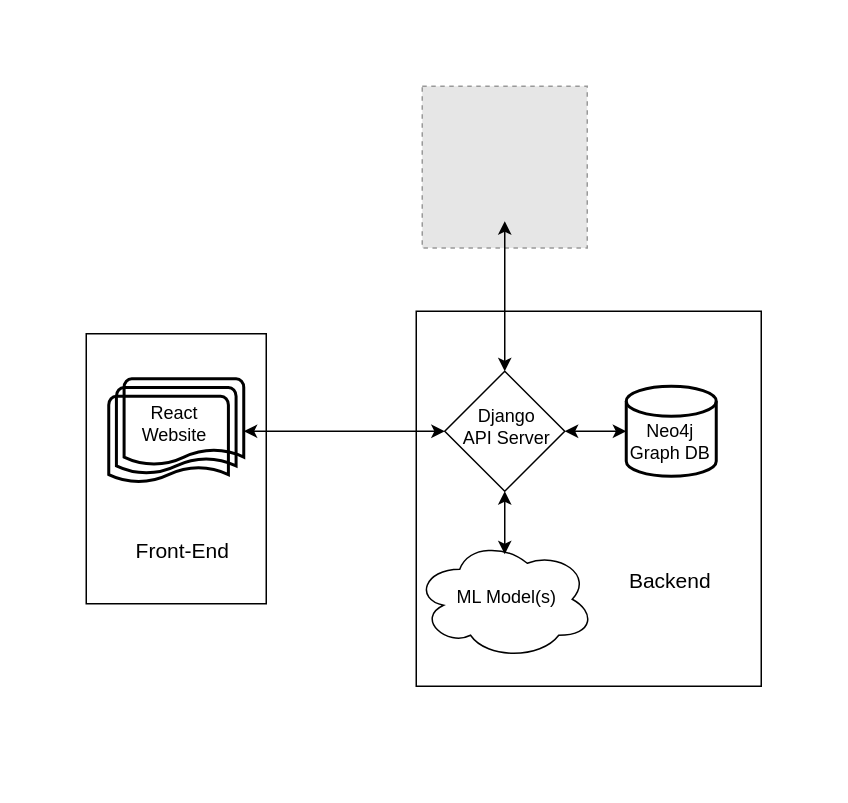
Earlier version of the draw.io diagram images/architecture/architecture.drawio (kmangutov/janule). Source tidied: cells renumbered, new cells numbered last; positions are measured from the earlier drawing's top-left corner, leaving out a move shared by most shapes. Both pictures are drawn from the tidied source at 150%, with x=0, y=0 at pixel (86, 86). Pictures stored in the file or linked from it are replaced by grey dashed boxes.
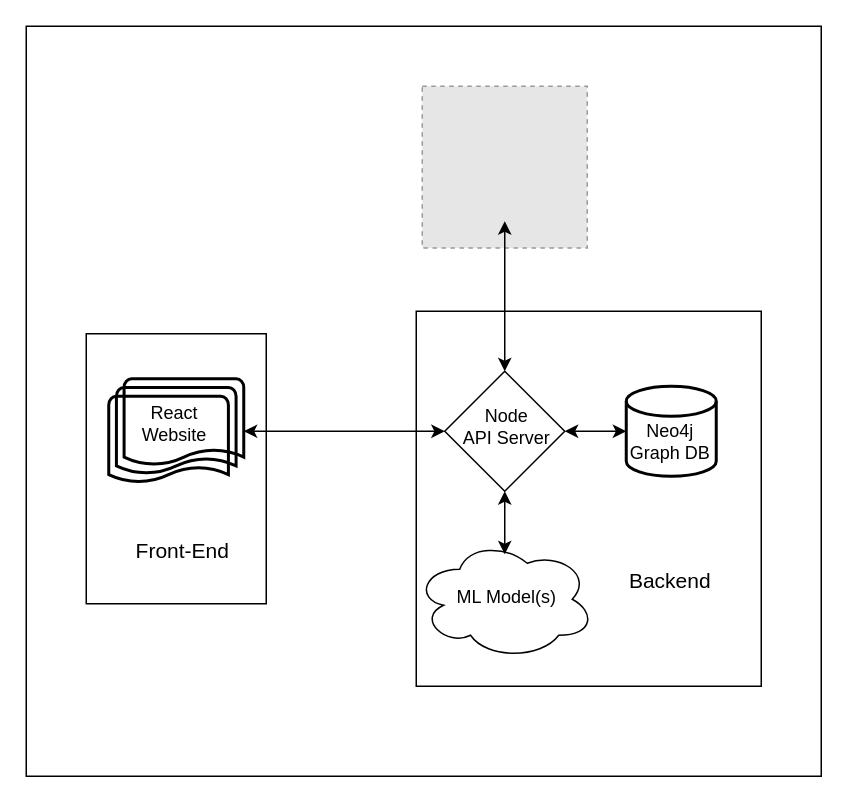
Above is the later version.

Commit message (it also covers changes not shown here):
Update architecture image and readme to reflect Node backend.

What changed in the source:
```diff
@@
-    <mxCell id="7" value="Django&lt;br&gt;API Server" style="text;html=1;align=center;verticalAlign=middle;fillColor=none;strokeColor=none;rounded=0;" parent="1" vertex="1">
+    <mxCell id="7" value="Node&lt;br&gt;API Server" style="text;html=1;align=center;verticalAlign=middle;fillColor=none;strokeColor=none;rounded=0;" parent="1" vertex="1">
       <mxGeometry x="245" y="212" width="70" height="30" as="geometry" />
     </mxCell>
@@
+    <mxCell id="19" style="whiteSpace=wrap;html=1;fillColor=none;" parent="1" vertex="1">
+      <mxGeometry x="-40" y="-40" width="530" height="500" as="geometry" />
+    </mxCell>
```
